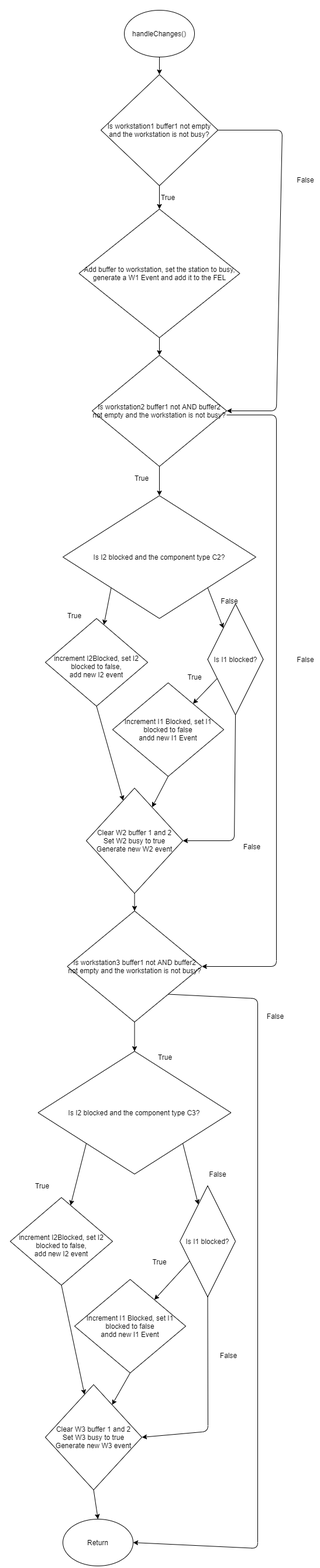
Earlier version of the draw.io export flowcharts/SYSC4005-EventChangeFlowChart.png (JulianMendoza/Manufacturing-Facility-Simulation). Source tidied: cells renumbered, new cells last; positions are measured from the earlier drawing's top-left corner, leaving out a move shared by most shapes.
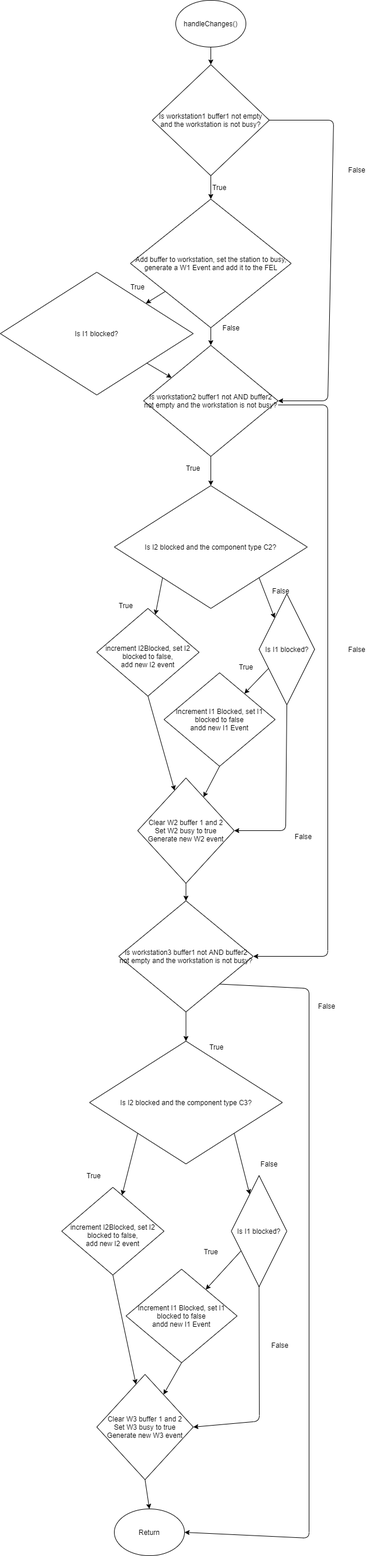
The same file after the commit.

Commit message:
flow chart fix

What changed in the source:
```diff
@@ -66,7 +66,7 @@
     <mxCell id="19" style="endArrow=classic;html=1;exitX=0.5;exitY=1;exitDx=0;exitDy=0;entryX=0.5;entryY=0;entryDx=0;entryDy=0;" parent="1" edge="1" source="14" target="32">
       <mxGeometry relative="1" as="geometry" />
     </mxCell>
-    <mxCell id="20" style="endArrow=classic;html=1;exitX=0.5;exitY=1;exitDx=0;exitDy=0;" parent="1" edge="1" source="6" target="7">
+    <mxCell id="20" style="endArrow=classic;html=1;" parent="1" edge="1" source="6" target="54">
       <mxGeometry relative="1" as="geometry" />
     </mxCell>
     <mxCell id="21" value="False" style="text;html=1;strokeColor=none;fillColor=none;align=center;verticalAlign=middle;whiteSpace=wrap;rounded=0;" parent="1" vertex="1">
@@ -181,5 +181,20 @@
     <mxCell id="53" style="endArrow=classic;html=1;exitX=0.5;exitY=1;exitDx=0;exitDy=0;entryX=0.5;entryY=0;entryDx=0;entryDy=0;" parent="1" edge="1" source="37" target="52">
       <mxGeometry relative="1" as="geometry" />
     </mxCell>
+    <mxCell id="54" value="Is I1 blocked?" style="rhombus;whiteSpace=wrap;html=1;" parent="1" vertex="1">
+      <mxGeometry x="-105" y="465" width="330" height="210" as="geometry" />
+    </mxCell>
+    <mxCell id="55" style="endArrow=classic;html=1;" parent="1" edge="1" source="6" target="7">
+      <mxGeometry relative="1" as="geometry" />
+    </mxCell>
+    <mxCell id="56" style="endArrow=classic;html=1;" parent="1" edge="1" source="54" target="7">
+      <mxGeometry relative="1" as="geometry" />
+    </mxCell>
+    <mxCell id="57" value="False" style="text;html=1;strokeColor=none;fillColor=none;align=center;verticalAlign=middle;whiteSpace=wrap;rounded=0;" parent="1" vertex="1">
+      <mxGeometry x="270" y="550" width="40" height="20" as="geometry" />
+    </mxCell>
+    <mxCell id="58" value="True" style="text;html=1;strokeColor=none;fillColor=none;align=center;verticalAlign=middle;whiteSpace=wrap;rounded=0;" parent="1" vertex="1">
+      <mxGeometry x="110" y="480" width="40" height="20" as="geometry" />
+    </mxCell>
   </root>
 </mxGraphModel>
```
